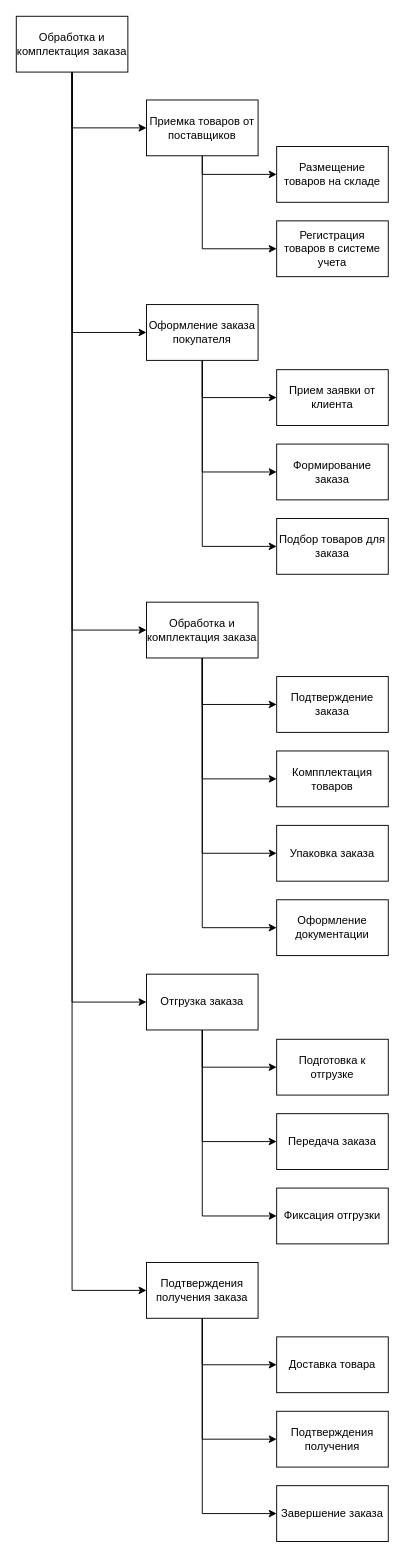
Earlier version of the draw.io diagram Практика 11.01/UML/Детализация бизнес-процессов.drawio (Mirasali-1/Ychebnaya_Praktika). Source tidied: cells renumbered, new cells numbered last; positions are measured from the earlier drawing's top-left corner, leaving out a move shared by most shapes. Both pictures are drawn from the tidied source at 93%, with x=0, y=0 at pixel (16, 16).
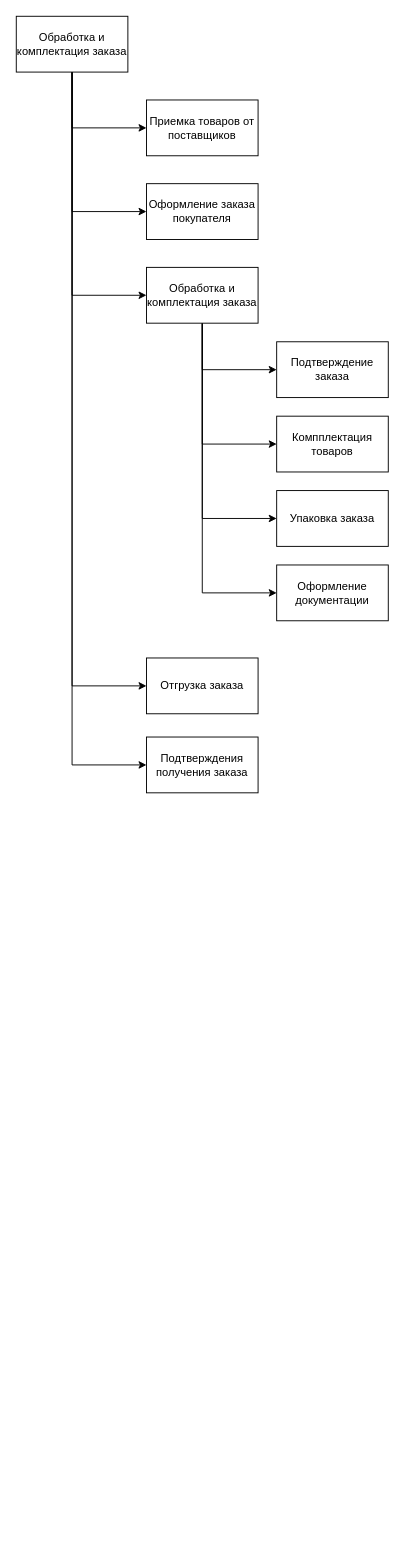
The same page after the edit.

Unchanged cells that the change refers to:
```xml
<mxCell id="4" value="Приемка товаров от поставщиков" style="rounded=0;whiteSpace=wrap;html=1;" parent="1" vertex="1">
  <mxGeometry x="140" y="90" width="120" height="60" as="geometry" />
</mxCell>
```

Change to the diagram source:
```diff
@@
-    <mxCell id="2" style="edgeStyle=orthogonalEdgeStyle;rounded=0;jettySize=auto;html=1;exitX=0.5;exitY=1;exitDx=0;exitDy=0;entryX=0;entryY=0.5;entryDx=0;entryDy=0;" parent="1" edge="1" source="4" target="22">
-      <mxGeometry relative="1" as="geometry" />
-    </mxCell>
-    <mxCell id="3" style="edgeStyle=orthogonalEdgeStyle;rounded=0;jettySize=auto;html=1;exitX=0.5;exitY=1;exitDx=0;exitDy=0;entryX=0;entryY=0.5;entryDx=0;entryDy=0;" parent="1" edge="1" source="4" target="23">
-      <mxGeometry relative="1" as="geometry" />
-    </mxCell>
@@
-    <mxCell id="5" style="edgeStyle=orthogonalEdgeStyle;rounded=0;jettySize=auto;html=1;exitX=0.5;exitY=1;exitDx=0;exitDy=0;entryX=0;entryY=0.5;entryDx=0;entryDy=0;" parent="1" edge="1" source="8" target="24">
-      <mxGeometry relative="1" as="geometry" />
-    </mxCell>
-    <mxCell id="6" style="edgeStyle=orthogonalEdgeStyle;rounded=0;jettySize=auto;html=1;exitX=0.5;exitY=1;exitDx=0;exitDy=0;entryX=0;entryY=0.5;entryDx=0;entryDy=0;" parent="1" edge="1" source="8" target="31">
-      <mxGeometry relative="1" as="geometry" />
-    </mxCell>
-    <mxCell id="7" style="edgeStyle=orthogonalEdgeStyle;rounded=0;jettySize=auto;html=1;exitX=0.5;exitY=1;exitDx=0;exitDy=0;entryX=0;entryY=0.5;entryDx=0;entryDy=0;" parent="1" edge="1" source="8" target="32">
-      <mxGeometry relative="1" as="geometry" />
-    </mxCell>
     <mxCell id="8" value="Оформление заказа покупателя" style="rounded=0;whiteSpace=wrap;html=1;" parent="1" vertex="1">
-      <mxGeometry x="140" y="310" width="120" height="60" as="geometry" />
+      <mxGeometry x="140" y="180" width="120" height="60" as="geometry" />
     </mxCell>
@@
     <mxCell id="13" value="Обработка и комплектация заказа" style="rounded=0;whiteSpace=wrap;html=1;" parent="1" vertex="1">
-      <mxGeometry x="140" y="630" width="120" height="60" as="geometry" />
+      <mxGeometry x="140" y="270" width="120" height="60" as="geometry" />
     </mxCell>
-    <mxCell id="14" style="edgeStyle=orthogonalEdgeStyle;rounded=0;jettySize=auto;html=1;exitX=0.5;exitY=1;exitDx=0;exitDy=0;entryX=0;entryY=0.5;entryDx=0;entryDy=0;" parent="1" edge="1" source="17" target="37">
-      <mxGeometry relative="1" as="geometry" />
-    </mxCell>
-    <mxCell id="15" style="edgeStyle=orthogonalEdgeStyle;rounded=0;jettySize=auto;html=1;exitX=0.5;exitY=1;exitDx=0;exitDy=0;entryX=0;entryY=0.5;entryDx=0;entryDy=0;" parent="1" edge="1" source="17" target="38">
-      <mxGeometry relative="1" as="geometry" />
-    </mxCell>
-    <mxCell id="16" style="edgeStyle=orthogonalEdgeStyle;rounded=0;jettySize=auto;html=1;exitX=0.5;exitY=1;exitDx=0;exitDy=0;entryX=0;entryY=0.5;entryDx=0;entryDy=0;" parent="1" edge="1" source="17" target="39">
-      <mxGeometry relative="1" as="geometry" />
-    </mxCell>
     <mxCell id="17" value="Отгрузка заказа" style="rounded=0;whiteSpace=wrap;html=1;" parent="1" vertex="1">
-      <mxGeometry x="140" y="1030" width="120" height="60" as="geometry" />
+      <mxGeometry x="140" y="690" width="120" height="60" as="geometry" />
     </mxCell>
-    <mxCell id="18" style="edgeStyle=orthogonalEdgeStyle;rounded=0;jettySize=auto;html=1;exitX=0.5;exitY=1;exitDx=0;exitDy=0;entryX=0;entryY=0.5;entryDx=0;entryDy=0;" parent="1" edge="1" source="21" target="40">
-      <mxGeometry relative="1" as="geometry" />
-    </mxCell>
-    <mxCell id="19" style="edgeStyle=orthogonalEdgeStyle;rounded=0;jettySize=auto;html=1;exitX=0.5;exitY=1;exitDx=0;exitDy=0;entryX=0;entryY=0.5;entryDx=0;entryDy=0;" parent="1" edge="1" source="21" target="42">
-      <mxGeometry relative="1" as="geometry" />
-    </mxCell>
-    <mxCell id="20" style="edgeStyle=orthogonalEdgeStyle;rounded=0;jettySize=auto;html=1;exitX=0.5;exitY=1;exitDx=0;exitDy=0;entryX=0;entryY=0.5;entryDx=0;entryDy=0;" parent="1" edge="1" source="21" target="41">
-      <mxGeometry relative="1" as="geometry" />
-    </mxCell>
     <mxCell id="21" value="Подтверждения получения заказа" style="rounded=0;whiteSpace=wrap;html=1;" parent="1" vertex="1">
-      <mxGeometry x="140" y="1340" width="120" height="60" as="geometry" />
+      <mxGeometry x="140" y="775" width="120" height="60" as="geometry" />
     </mxCell>
-    <mxCell id="22" value="Размещение товаров на складе" style="rounded=0;whiteSpace=wrap;html=1;" parent="1" vertex="1">
-      <mxGeometry x="280" y="140" width="120" height="60" as="geometry" />
-    </mxCell>
-    <mxCell id="23" value="Регистрация товаров в системе учета" style="rounded=0;whiteSpace=wrap;html=1;" parent="1" vertex="1">
-      <mxGeometry x="280" y="220" width="120" height="60" as="geometry" />
-    </mxCell>
-    <mxCell id="24" value="Прием заявки от клиента" style="rounded=0;whiteSpace=wrap;html=1;" parent="1" vertex="1">
-      <mxGeometry x="280" y="380" width="120" height="60" as="geometry" />
-    </mxCell>
@@
-    <mxCell id="31" value="Формирование заказа" style="rounded=0;whiteSpace=wrap;html=1;" parent="1" vertex="1">
-      <mxGeometry x="280" y="460" width="120" height="60" as="geometry" />
-    </mxCell>
-    <mxCell id="32" value="Подбор товаров для заказа" style="rounded=0;whiteSpace=wrap;html=1;" parent="1" vertex="1">
-      <mxGeometry x="280" y="540" width="120" height="60" as="geometry" />
-    </mxCell>
     <mxCell id="33" value="Компплектация товаров" style="rounded=0;whiteSpace=wrap;html=1;" parent="1" vertex="1">
-      <mxGeometry x="280" y="790" width="120" height="60" as="geometry" />
+      <mxGeometry x="280" y="430" width="120" height="60" as="geometry" />
     </mxCell>
     <mxCell id="34" value="Подтверждение заказа" style="rounded=0;whiteSpace=wrap;html=1;" parent="1" vertex="1">
-      <mxGeometry x="280" y="710" width="120" height="60" as="geometry" />
+      <mxGeometry x="280" y="350" width="120" height="60" as="geometry" />
     </mxCell>
     <mxCell id="35" value="Упаковка заказа" style="rounded=0;whiteSpace=wrap;html=1;" parent="1" vertex="1">
-      <mxGeometry x="280" y="870" width="120" height="60" as="geometry" />
+      <mxGeometry x="280" y="510" width="120" height="60" as="geometry" />
     </mxCell>
     <mxCell id="36" value="Оформление документации" style="rounded=0;whiteSpace=wrap;html=1;" parent="1" vertex="1">
-      <mxGeometry x="280" y="950" width="120" height="60" as="geometry" />
+      <mxGeometry x="280" y="590" width="120" height="60" as="geometry" />
     </mxCell>
-    <mxCell id="37" value="Подготовка к отгрузке" style="rounded=0;whiteSpace=wrap;html=1;" parent="1" vertex="1">
-      <mxGeometry x="280" y="1100" width="120" height="60" as="geometry" />
-    </mxCell>
-    <mxCell id="38" value="Передача заказа" style="rounded=0;whiteSpace=wrap;html=1;" parent="1" vertex="1">
-      <mxGeometry x="280" y="1180" width="120" height="60" as="geometry" />
-    </mxCell>
-    <mxCell id="39" value="Фиксация отгрузки" style="rounded=0;whiteSpace=wrap;html=1;" parent="1" vertex="1">
-      <mxGeometry x="280" y="1260" width="120" height="60" as="geometry" />
-    </mxCell>
-    <mxCell id="40" value="Доставка товара" style="rounded=0;whiteSpace=wrap;html=1;" parent="1" vertex="1">
-      <mxGeometry x="280" y="1420" width="120" height="60" as="geometry" />
-    </mxCell>
-    <mxCell id="41" value="Завершение заказа" style="rounded=0;whiteSpace=wrap;html=1;" parent="1" vertex="1">
-      <mxGeometry x="280" y="1580" width="120" height="60" as="geometry" />
-    </mxCell>
-    <mxCell id="42" value="Подтверждения получения" style="rounded=0;whiteSpace=wrap;html=1;" parent="1" vertex="1">
-      <mxGeometry x="280" y="1500" width="120" height="60" as="geometry" />
-    </mxCell>
```
